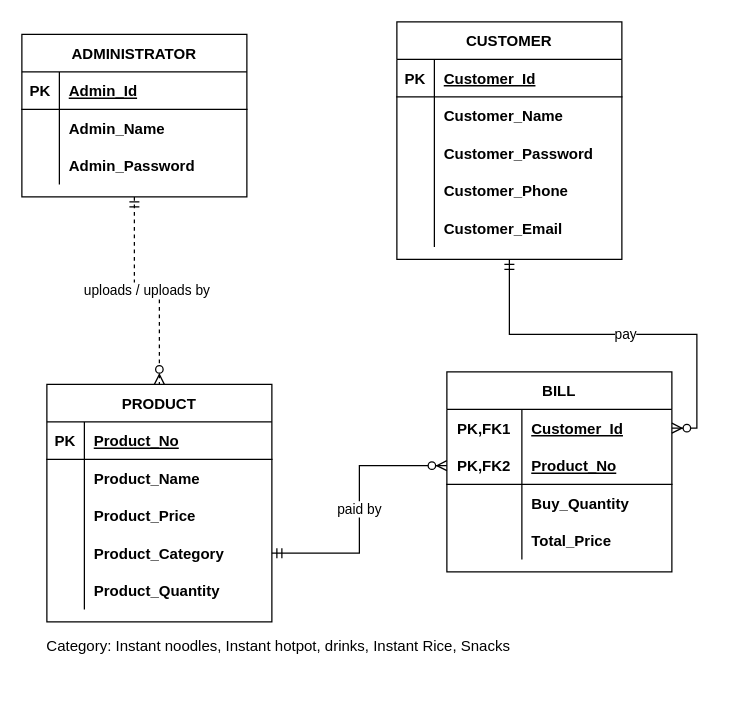
This is database_design/erd.drawio from Stephen-Sim/threshold_food, a draw.io file, before an edit. Source tidied: cells renumbered, new cells numbered last; positions are measured from the earlier drawing's top-left corner, leaving out a move shared by most shapes. Both pictures are drawn from the tidied source at 125%, with x=0, y=0 at pixel (21, 21).
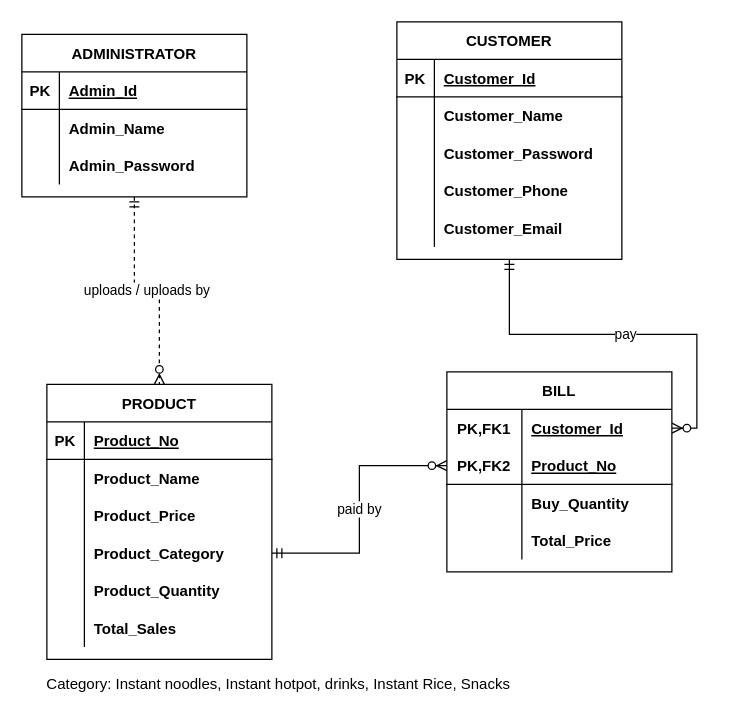
The same diagram, later.

What changed in the source:
```diff
@@
     <mxCell id="30" value="PRODUCT" style="shape=table;startSize=30;childLayout=tableLayout;rowLines=0;fontStyle=1;align=center;" parent="1" vertex="1">
-      <mxGeometry x="20" y="290" width="180" height="190" as="geometry" />
+      <mxGeometry x="20" y="290" width="180" height="220" as="geometry" />
     </mxCell>
@@
+    <mxCell id="61" style="shape=partialRectangle;fillColor=none;top=0;left=0;bottom=0;right=0;" parent="30" vertex="1">
+      <mxGeometry y="180" width="180" height="30" as="geometry" />
+    </mxCell>
+    <mxCell id="62" style="shape=partialRectangle;fillColor=none;top=0;left=0;bottom=0;right=0;overflow=hidden;" parent="61" vertex="1">
+      <mxGeometry width="30" height="30" as="geometry" />
+    </mxCell>
+    <mxCell id="63" value="Total_Sales" style="shape=partialRectangle;fillColor=none;top=0;left=0;bottom=0;right=0;align=left;spacingLeft=6;overflow=hidden;fontStyle=1;" parent="61" vertex="1">
+      <mxGeometry x="30" width="150" height="30" as="geometry" />
+    </mxCell>
@@
     <mxCell id="60" value="Category: Instant noodles, Instant hotpot, drinks, Instant Rice, Snacks" style="text;html=1;align=center;verticalAlign=middle;" parent="1" vertex="1">
-      <mxGeometry x="10" y="490" width="390" height="20" as="geometry" />
+      <mxGeometry x="10" y="520" width="390" height="20" as="geometry" />
     </mxCell>
```
